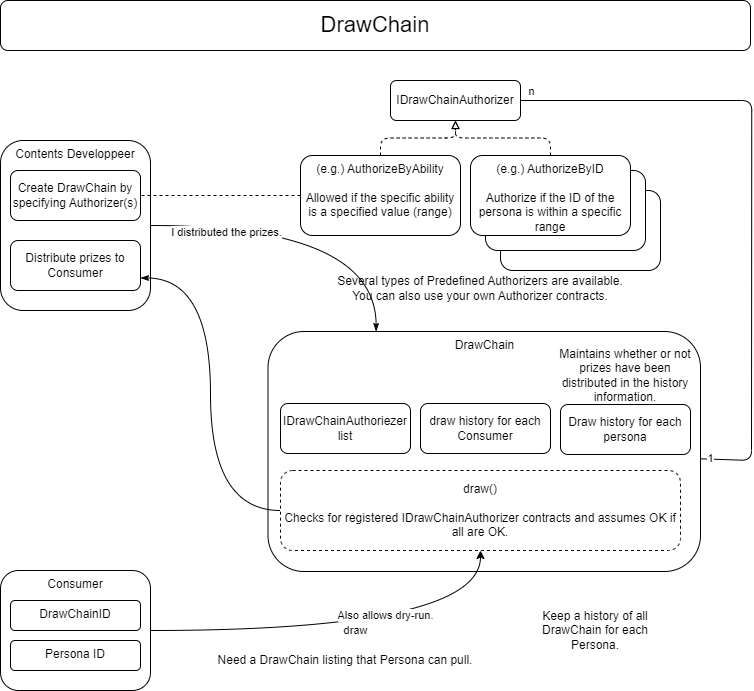
The draw.io diagram source/img/PERSONA/DrawChain.png in Orange-Code-Project/anicana-docs-en, before a commit. Source tidied: cells renumbered, new cells last; positions are measured from the earlier drawing's top-left corner, leaving out a move shared by most shapes.
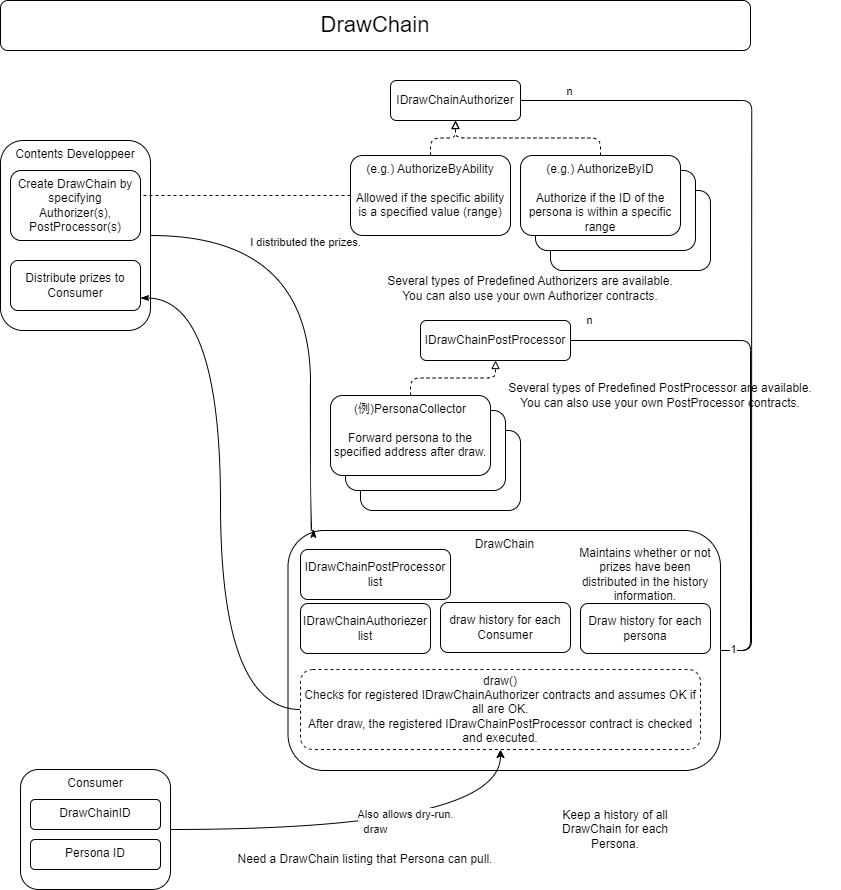
The same diagram one commit later.

The edit, as a diff of the source:
```diff
@@ -2,20 +2,33 @@
   <root>
     <mxCell id="0" />
     <mxCell id="1" parent="0" />
+    <mxCell id="34" value="1" style="edgeStyle=none;html=1;endArrow=none;endFill=0;entryX=1;entryY=0.5;entryDx=0;entryDy=0;exitX=1;exitY=0.5;exitDx=0;exitDy=0;" parent="1" edge="1" source="7" target="39">
+      <mxGeometry x="-0.68" y="60" relative="1" as="geometry">
+        <Array as="points">
+          <mxPoint x="730" y="451" />
+          <mxPoint x="730" y="141" />
+        </Array>
+      </mxGeometry>
+    </mxCell>
+    <mxCell id="35" value="n" style="edgeLabel;html=1;align=center;verticalAlign=middle;" parent="34" vertex="1">
+      <mxGeometry x="0.56" y="2" relative="1" as="geometry">
+        <mxPoint x="-123" y="-12" as="offset" />
+      </mxGeometry>
+    </mxCell>
     <mxCell id="2" style="rounded=1;whiteSpace=wrap;html=1;verticalAlign=top;" parent="1" vertex="1">
-      <mxGeometry x="500" y="190" width="160" height="80" as="geometry" />
+      <mxGeometry x="530" y="-9" width="160" height="80" as="geometry" />
     </mxCell>
     <mxCell id="3" style="rounded=1;whiteSpace=wrap;html=1;verticalAlign=top;" parent="1" vertex="1">
-      <mxGeometry x="485" y="170" width="160" height="80" as="geometry" />
+      <mxGeometry x="515" y="-29" width="160" height="80" as="geometry" />
     </mxCell>
     <mxCell id="4" value="Consumer" style="rounded=1;whiteSpace=wrap;html=1;verticalAlign=top;" parent="1" vertex="1">
       <mxGeometry y="570" width="150" height="120" as="geometry" />
     </mxCell>
-    <mxCell id="5" value="1" style="edgeStyle=none;html=1;endArrow=none;endFill=0;entryX=0.933;entryY=0.5;entryDx=0;entryDy=0;entryPerimeter=0;" parent="1" edge="1" source="7" target="9">
+    <mxCell id="5" value="1" style="edgeStyle=none;html=1;endArrow=none;endFill=0;entryX=0.933;entryY=0.5;entryDx=0;entryDy=0;entryPerimeter=0;exitX=1;exitY=0.5;exitDx=0;exitDy=0;" parent="1" edge="1" source="7" target="9">
       <mxGeometry x="-0.97" y="1" relative="1" as="geometry">
         <Array as="points">
-          <mxPoint x="751" y="460" />
-          <mxPoint x="751.2" y="100" />
+          <mxPoint x="731" y="451" />
+          <mxPoint x="731.2" y="-99" />
         </Array>
       </mxGeometry>
     </mxCell>
@@ -31,47 +44,47 @@
       <mxGeometry x="10" y="600" width="130" height="30" as="geometry" />
     </mxCell>
     <mxCell id="9" value="IDrawChainAuthorizer" style="rounded=1;whiteSpace=wrap;html=1;" parent="1" vertex="1">
-      <mxGeometry x="390" y="80" width="130" height="40" as="geometry" />
+      <mxGeometry x="370" y="-119" width="130" height="40" as="geometry" />
     </mxCell>
     <mxCell id="10" style="edgeStyle=orthogonalEdgeStyle;html=1;entryX=0.5;entryY=1;entryDx=0;entryDy=0;dashed=1;endArrow=block;endFill=0;" parent="1" edge="1" source="11" target="9">
       <mxGeometry relative="1" as="geometry" />
     </mxCell>
     <mxCell id="11" value="&lt;div&gt;(e.g.) AuthorizeByAbility&lt;/div&gt;&lt;div&gt;&lt;br&gt;&lt;/div&gt;&lt;div&gt;Allowed if the specific ability is a specified value (range)&lt;/div&gt;" style="rounded=1;whiteSpace=wrap;html=1;verticalAlign=top;" parent="1" vertex="1">
-      <mxGeometry x="300" y="155" width="160" height="80" as="geometry" />
+      <mxGeometry x="330" y="-44" width="160" height="80" as="geometry" />
     </mxCell>
     <mxCell id="12" style="group;" parent="1" vertex="1">
-      <mxGeometry y="140" width="150" height="240" as="geometry" />
+      <mxGeometry x="-20" y="-59" width="150" height="240" as="geometry" />
     </mxCell>
     <mxCell id="13" value="Contents Developpeer" style="rounded=1;whiteSpace=wrap;html=1;verticalAlign=top;" parent="12" vertex="1">
-      <mxGeometry width="150" height="170" as="geometry" />
+      <mxGeometry width="150" height="190" as="geometry" />
     </mxCell>
-    <mxCell id="14" value="Create DrawChain by specifying Authorizer(s)" style="rounded=1;whiteSpace=wrap;html=1;" parent="12" vertex="1">
-      <mxGeometry x="10" y="30" width="130" height="50" as="geometry" />
+    <mxCell id="14" value="Create DrawChain by specifying Authorizer(s),&lt;br&gt;PostProcessor(s)" style="rounded=1;whiteSpace=wrap;html=1;" parent="12" vertex="1">
+      <mxGeometry x="10" y="30" width="130" height="70" as="geometry" />
     </mxCell>
     <mxCell id="15" value="Distribute prizes to Consumer" style="rounded=1;whiteSpace=wrap;html=1;" parent="12" vertex="1">
-      <mxGeometry x="10" y="100" width="130" height="50" as="geometry" />
+      <mxGeometry x="10" y="120" width="130" height="50" as="geometry" />
     </mxCell>
     <mxCell id="16" style="edgeStyle=orthogonalEdgeStyle;html=1;dashed=1;endArrow=block;endFill=0;" parent="1" edge="1" source="17" target="9">
       <mxGeometry relative="1" as="geometry" />
     </mxCell>
     <mxCell id="17" value="&lt;div&gt;(e.g.) AuthorizeByID&lt;/div&gt;&lt;div&gt;&lt;br&gt;&lt;/div&gt;&lt;div&gt;Authorize if the ID of the persona is within a specific range&lt;/div&gt;" style="rounded=1;whiteSpace=wrap;html=1;verticalAlign=top;" parent="1" vertex="1">
-      <mxGeometry x="470" y="155" width="160" height="80" as="geometry" />
+      <mxGeometry x="500" y="-44" width="160" height="80" as="geometry" />
     </mxCell>
     <mxCell id="18" value="&lt;div&gt;Several types of Predefined Authorizers are available.&lt;/div&gt;&lt;div&gt;You can also use your own Authorizer contracts.&lt;/div&gt;" style="text;html=1;strokeColor=none;fillColor=none;align=center;verticalAlign=middle;whiteSpace=wrap;rounded=0;" parent="1" vertex="1">
-      <mxGeometry x="300" y="273" width="360" height="30" as="geometry" />
+      <mxGeometry x="330" y="74" width="360" height="30" as="geometry" />
     </mxCell>
     <mxCell id="19" style="edgeStyle=orthogonalEdgeStyle;html=1;dashed=1;endArrow=none;endFill=0;" parent="1" edge="1" source="11">
       <mxGeometry relative="1" as="geometry">
-        <mxPoint x="140" y="195" as="targetPoint" />
+        <mxPoint x="120" y="-4" as="targetPoint" />
       </mxGeometry>
     </mxCell>
     <mxCell id="20" value="&lt;font style=&quot;font-size: 22px;&quot;&gt;DrawChain&lt;/font&gt;" style="rounded=1;whiteSpace=wrap;html=1;" parent="1" vertex="1">
-      <mxGeometry width="750" height="50" as="geometry" />
+      <mxGeometry x="-20" y="-199" width="750" height="50" as="geometry" />
     </mxCell>
     <mxCell id="21" style="edgeStyle=orthogonalEdgeStyle;html=1;entryX=1;entryY=0.75;entryDx=0;entryDy=0;endArrow=classicThin;endFill=1;curved=1;" parent="1" edge="1" source="22" target="15">
       <mxGeometry relative="1" as="geometry" />
     </mxCell>
-    <mxCell id="22" value="&lt;div&gt;draw()&lt;/div&gt;&lt;div&gt;&lt;br&gt;&lt;/div&gt;&lt;div&gt;Checks for registered IDrawChainAuthorizer contracts and assumes OK if all are OK.&lt;/div&gt;" style="rounded=1;whiteSpace=wrap;html=1;fontSize=12;dashed=1;" parent="1" vertex="1">
+    <mxCell id="22" value="&lt;div&gt;draw()&lt;/div&gt;&lt;div&gt;&lt;span style=&quot;background-color: initial;&quot;&gt;Checks for registered IDrawChainAuthorizer contracts and assumes OK if all are OK.&lt;/span&gt;&lt;br&gt;&lt;/div&gt;&lt;div&gt;&lt;span style=&quot;background-color: initial;&quot;&gt;After draw, the registered IDrawChainPostProcessor contract is checked and executed.&lt;br&gt;&lt;/span&gt;&lt;/div&gt;" style="rounded=1;whiteSpace=wrap;html=1;fontSize=12;dashed=1;" parent="1" vertex="1">
       <mxGeometry x="280" y="470" width="400" height="80" as="geometry" />
     </mxCell>
     <mxCell id="23" value="Persona ID" style="rounded=1;whiteSpace=wrap;html=1;verticalAlign=top;" parent="1" vertex="1">
@@ -84,7 +97,7 @@
       <mxGeometry x="0.14" y="16" relative="1" as="geometry" />
     </mxCell>
     <mxCell id="26" value="IDrawChainAuthoriezer&lt;br&gt;list" style="rounded=1;whiteSpace=wrap;html=1;" parent="1" vertex="1">
-      <mxGeometry x="280" y="403" width="130" height="50" as="geometry" />
+      <mxGeometry x="280" y="404" width="130" height="50" as="geometry" />
     </mxCell>
     <mxCell id="27" value="draw history for each Consumer" style="rounded=1;whiteSpace=wrap;html=1;" parent="1" vertex="1">
       <mxGeometry x="420" y="403" width="130" height="50" as="geometry" />
@@ -98,14 +111,48 @@
     <mxCell id="30" value="Keep a history of all DrawChain for each Persona." style="text;html=1;strokeColor=none;fillColor=none;align=center;verticalAlign=middle;whiteSpace=wrap;rounded=0;dashed=1;" parent="1" vertex="1">
       <mxGeometry x="520" y="615" width="150" height="30" as="geometry" />
     </mxCell>
-    <mxCell id="31" style="edgeStyle=orthogonalEdgeStyle;curved=1;html=1;endArrow=classicThin;endFill=1;entryX=0.25;entryY=0;entryDx=0;entryDy=0;" parent="1" edge="1" source="13" target="7">
-      <mxGeometry relative="1" as="geometry" />
+    <mxCell id="31" style="edgeStyle=orthogonalEdgeStyle;curved=1;html=1;endArrow=classicThin;endFill=1;entryX=0.059;entryY=-0.005;entryDx=0;entryDy=0;entryPerimeter=0;" parent="1" edge="1" source="13" target="7">
+      <mxGeometry relative="1" as="geometry">
+        <Array as="points">
+          <mxPoint x="290" y="36" />
+          <mxPoint x="290" y="331" />
+          <mxPoint x="293" y="331" />
+        </Array>
+      </mxGeometry>
     </mxCell>
     <mxCell id="32" value="I distributed the prizes." style="edgeLabel;html=1;align=center;verticalAlign=middle;" parent="31" vertex="1">
-      <mxGeometry x="-0.55" y="-6" relative="1" as="geometry" />
+      <mxGeometry x="-0.55" y="-6" relative="1" as="geometry">
+        <mxPoint x="50" as="offset" />
+      </mxGeometry>
     </mxCell>
     <mxCell id="33" value="Need a DrawChain listing that Persona can pull." style="text;html=1;strokeColor=none;fillColor=none;align=center;verticalAlign=middle;whiteSpace=wrap;rounded=0;dashed=1;" parent="1" vertex="1">
       <mxGeometry x="180" y="645" width="330" height="30" as="geometry" />
     </mxCell>
+    <mxCell id="36" value="IDrawChainPostProcessor&lt;br&gt;list" style="rounded=1;whiteSpace=wrap;html=1;" parent="1" vertex="1">
+      <mxGeometry x="280" y="350" width="150" height="50" as="geometry" />
+    </mxCell>
+    <mxCell id="37" style="rounded=1;whiteSpace=wrap;html=1;verticalAlign=top;" parent="1" vertex="1">
+      <mxGeometry x="340" y="231" width="160" height="80" as="geometry" />
+    </mxCell>
+    <mxCell id="38" style="rounded=1;whiteSpace=wrap;html=1;verticalAlign=top;" parent="1" vertex="1">
+      <mxGeometry x="325" y="211" width="160" height="80" as="geometry" />
+    </mxCell>
+    <mxCell id="39" value="IDrawChainPostProcessor" style="rounded=1;whiteSpace=wrap;html=1;" parent="1" vertex="1">
+      <mxGeometry x="400" y="121" width="150" height="40" as="geometry" />
+    </mxCell>
+    <mxCell id="40" value="(例)PersonaCollector&lt;br&gt;&lt;br&gt;Forward persona to the specified address after draw." style="rounded=1;whiteSpace=wrap;html=1;verticalAlign=top;" parent="1" vertex="1">
+      <mxGeometry x="310" y="196" width="160" height="80" as="geometry" />
+    </mxCell>
+    <mxCell id="41" value="&lt;div&gt;Several types of Predefined PostProcessor&amp;nbsp;are available.&lt;/div&gt;&lt;div&gt;You can also use your own PostProcessor&amp;nbsp;contracts.&lt;/div&gt;" style="text;html=1;strokeColor=none;fillColor=none;align=center;verticalAlign=middle;whiteSpace=wrap;rounded=0;" parent="1" vertex="1">
+      <mxGeometry x="460" y="181" width="360" height="30" as="geometry" />
+    </mxCell>
+    <mxCell id="42" style="edgeStyle=orthogonalEdgeStyle;html=1;entryX=0.5;entryY=1;entryDx=0;entryDy=0;dashed=1;endArrow=block;endFill=0;exitX=0.5;exitY=0;exitDx=0;exitDy=0;" parent="1" edge="1" source="40" target="39">
+      <mxGeometry relative="1" as="geometry" />
+    </mxCell>
+    <mxCell id="43" value="n" style="edgeLabel;html=1;align=center;verticalAlign=middle;" parent="1" vertex="1">
+      <mxGeometry x="558.3" y="-99" as="geometry">
+        <mxPoint x="10" y="219" as="offset" />
+      </mxGeometry>
+    </mxCell>
   </root>
 </mxGraphModel>
```
